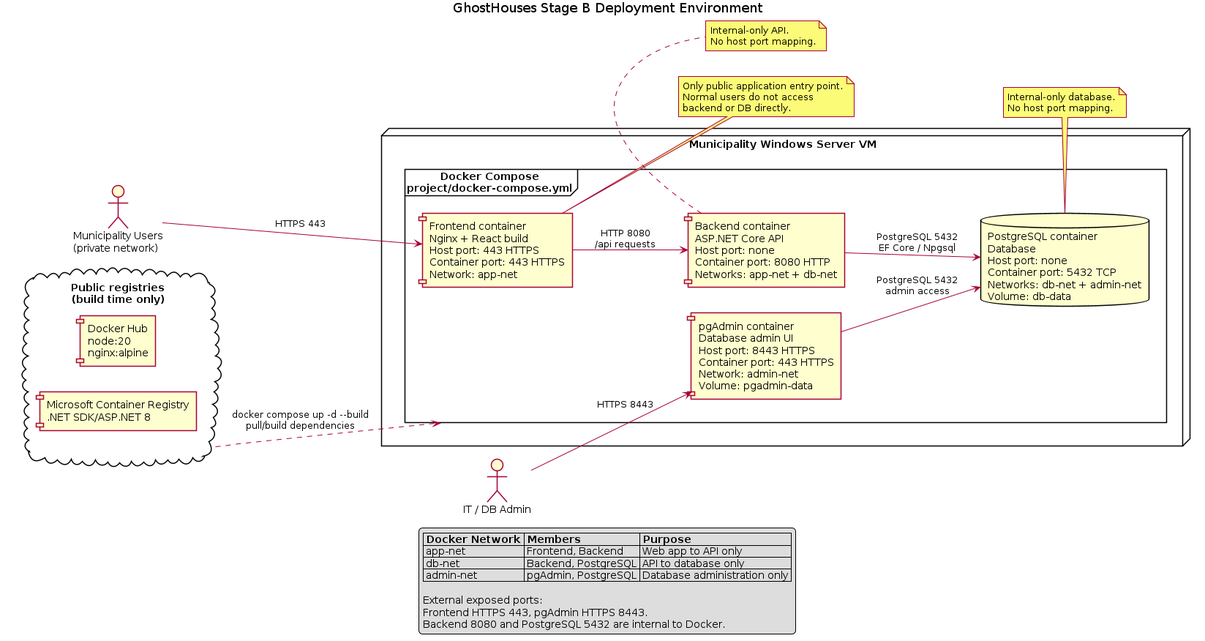
Before: docs/submissions/stage-b/uml/deployment/deployment_environment.png, a diagram exported from PlantUML (bbdaria/GhostHouses). Its source is kept beside it as docs/submissions/stage-b/uml/deployment/deployment_environment.puml.
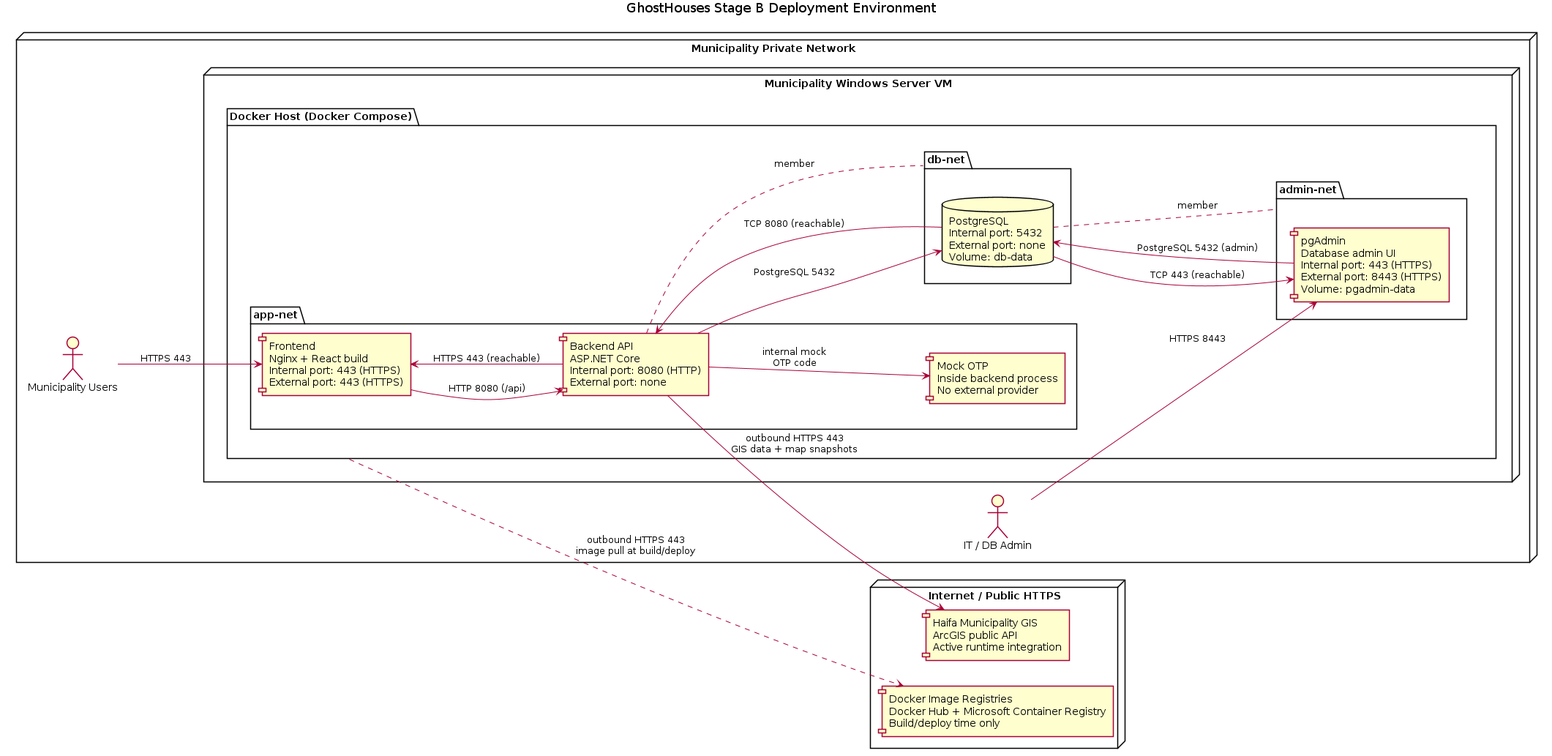
After the commit.

Commit message:
Refine Stage B deployment UML

What changed in the source:
```diff
@@ -3,64 +3,55 @@
 
 skinparam shadowing false
 skinparam packageStyle rectangle
-skinparam componentStyle rectangle
-skinparam defaultFontName Arial
-skinparam wrapWidth 220
 left to right direction
 
-actor "Municipality Users\n(private network)" as users
-actor "IT / DB Admin" as admin
+node "Municipality Private Network" {
+  actor "Municipality Users" as users
+  actor "IT / DB Admin" as itadmin
 
-cloud "Public registries\n(build time only)" as registries {
-  component "Docker Hub\nnode:20\nnginx:alpine" as dockerhub
-  component "Microsoft Container Registry\n.NET SDK/ASP.NET 8" as mcr
-}
+  node "Municipality Windows Server VM" {
+    package "Docker Host (Docker Compose)" as dockerhost {
+      package "app-net" as appnet {
+        component "Frontend\nNginx + React build\nInternal port: 443 (HTTPS)\nExternal port: 443 (HTTPS)" as frontend
+        component "Backend API\nASP.NET Core\nInternal port: 8080 (HTTP)\nExternal port: none" as backend
+        component "Mock OTP\nInside backend process\nNo external provider" as otp
+        frontend -[hidden]right- backend
+        backend -[hidden]down- otp
+      }
 
-node "Municipality Windows Server VM" as vm {
-  frame "Docker Compose\nproject/docker-compose.yml" as compose {
-    component "Frontend container\nNginx + React build\nHost port: 443 HTTPS\nContainer port: 443 HTTPS\nNetwork: app-net" as frontend
+      package "db-net" as dbnet {
+        database "PostgreSQL\nInternal port: 5432\nExternal port: none\nVolume: db-data" as db
+      }
 
-    component "Backend container\nASP.NET Core API\nHost port: none\nContainer port: 8080 HTTP\nNetworks: app-net + db-net" as backend
+      package "admin-net" as adminnet {
+        component "pgAdmin\nDatabase admin UI\nInternal port: 443 (HTTPS)\nExternal port: 8443 (HTTPS)\nVolume: pgadmin-data" as pgadmin
+      }
 
-    database "PostgreSQL container\nDatabase\nHost port: none\nContainer port: 5432 TCP\nNetworks: db-net + admin-net\nVolume: db-data" as postgres
-
-    component "pgAdmin container\nDatabase admin UI\nHost port: 8443 HTTPS\nContainer port: 443 HTTPS\nNetwork: admin-net\nVolume: pgadmin-data" as pgadmin
+      backend .. dbnet : member
+      db .. adminnet : member
+      backend -[hidden]right- db
+      db -[hidden]right- pgadmin
+    }
   }
 }
 
+node "Internet / Public HTTPS" as internet {
+  component "Docker Image Registries\nDocker Hub + Microsoft Container Registry\nBuild/deploy time only" as registries
+  component "Haifa Municipality GIS\nArcGIS public API\nActive runtime integration" as gis
+}
+
 users --> frontend : HTTPS 443
-admin --> pgadmin : HTTPS 8443
+itadmin --> pgadmin : HTTPS 8443
 
-frontend --> backend : HTTP 8080\n/api requests
-backend --> postgres : PostgreSQL 5432\nEF Core / Npgsql
-pgadmin --> postgres : PostgreSQL 5432\nadmin access
+frontend --> backend : HTTP 8080 (/api)
+backend --> frontend : HTTPS 443 (reachable)
+backend --> otp : internal mock\nOTP code
+backend --> db : PostgreSQL 5432
+pgadmin --> db : PostgreSQL 5432 (admin)
+db --> backend : TCP 8080 (reachable)
+db --> pgadmin : TCP 443 (reachable)
 
-registries ..> compose : docker compose up -d --build\npull/build dependencies
-
-note right of frontend
-Only public application entry point.
-Normal users do not access backend or DB directly.
-end note
-
-note bottom of backend
-Internal-only API.
-No host port mapping.
-end note
-
-note bottom of postgres
-Internal-only database.
-No host port mapping.
-end note
-
-legend bottom
-|= Docker Network |= Members |= Purpose |
-| app-net | Frontend, Backend | Web app to API only |
-| db-net | Backend, PostgreSQL | API to database only |
-| admin-net | pgAdmin, PostgreSQL | Database administration only |
-
-External exposed ports:
-Frontend HTTPS 443, pgAdmin HTTPS 8443.
-Backend 8080 and PostgreSQL 5432 are internal to Docker.
-endlegend
+backend -down-> gis : outbound HTTPS 443\nGIS data + map snapshots
+dockerhost .down.> registries : outbound HTTPS 443\nimage pull at build/deploy
 
 @enduml
```
